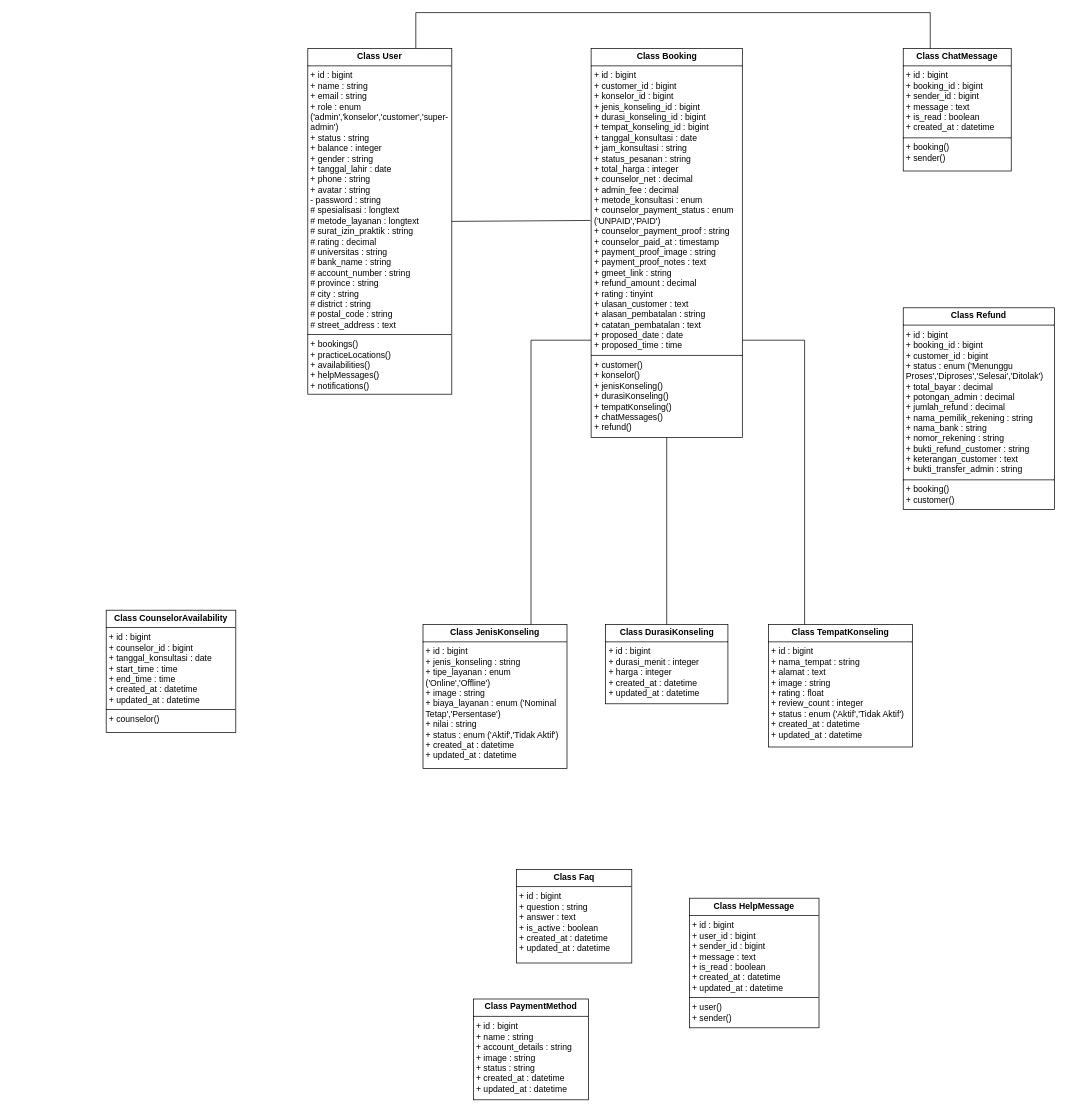
The draw.io diagram Class Diagram.drawio in UlulAzmiALatala/moodly-app, before the edit. Source tidied: cells renumbered, new cells numbered last; positions are measured from the earlier drawing's top-left corner, leaving out a move shared by most shapes. Both pictures are drawn from the tidied source at 72%, with x=0, y=0 at pixel (106, 12).
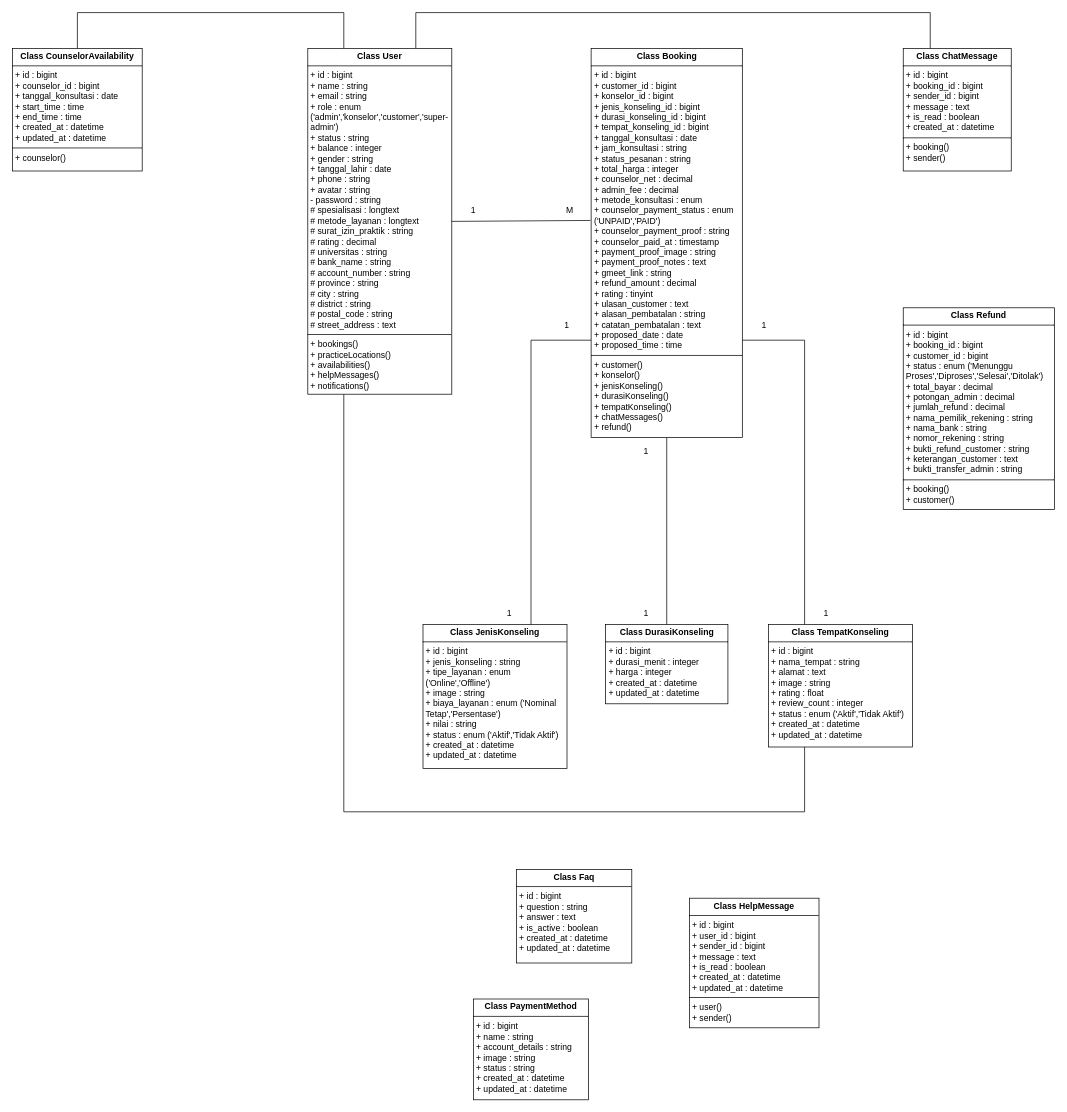
After the change.

The change refers to these unchanged cells:
```xml
<mxCell id="3" value="&lt;p style=&quot;margin:0px;margin-top:4px;text-align:center;&quot;&gt;&lt;b&gt;Class User&lt;/b&gt;&lt;/p&gt;&lt;hr size=&quot;1&quot; style=&quot;border-style:solid;&quot;&gt;&lt;p style=&quot;margin:0px;margin-left:4px;&quot;&gt;+ id : bigint&lt;/p&gt;&lt;p style=&quot;margin:0px;margin-left:4px;&quot;&gt;+ name : string&lt;/p&gt;&lt;p style=&quot;margin:0px;margin-left:4px;&quot;&gt;+ email : string&lt;/p&gt;&lt;p style=&quot;margin:0px;margin-left:4px;&quot;&gt;+ role : enum ('admin','konselor','customer','super-admin')&lt;/p&gt;&lt;p style=&quot;margin:0px;margin-left:4px;&quot;&gt;+ status : string&lt;/p&gt;&lt;p style=&quot;margin:0px;margin-left:4px;&quot;&gt;+ balance : integer&lt;/p&gt;&lt;p style=&quot;margin:0px;margin-left:4px;&quot;&gt;+ gender : string&lt;/p&gt;&lt;p style=&quot;margin:0px;margin-left:4px;&quot;&gt;+ tanggal_lahir : date&lt;/p&gt;&lt;p style=&quot;margin:0px;margin-left:4px;&quot;&gt;+ phone : string&lt;/p&gt;&lt;p style=&quot;margin:0px;margin-left:4px;&quot;&gt;+ avatar : string&lt;/p&gt;&lt;p style=&quot;margin:0px;margin-left:4px;&quot;&gt;- password : string&lt;/p&gt;&lt;p style=&quot;margin:0px;margin-left:4px;&quot;&gt;# spesialisasi : longtext&lt;/p&gt;&lt;p style=&quot;margin:0px;margin-left:4px;&quot;&gt;# metode_layanan : longtext&lt;/p&gt;&lt;p style=&quot;margin:0px;margin-left:4px;&quot;&gt;# surat_izin_praktik : string&lt;/p&gt;&lt;p style=&quot;margin:0px;margin-left:4px;&quot;&gt;# rating : decimal&lt;/p&gt;&lt;p style=&quot;margin:0px;margin-left:4px;&quot;&gt;# universitas : string&lt;/p&gt;&lt;p style=&quot;margin:0px;margin-left:4px;&quot;&gt;# bank_name : string&lt;/p&gt;&lt;p style=&quot;margin:0px;margin-left:4px;&quot;&gt;# account_number : string&lt;/p&gt;&lt;p style=&quot;margin:0px;margin-left:4px;&quot;&gt;# province : string&lt;/p&gt;&lt;p style=&quot;margin:0px;margin-left:4px;&quot;&gt;# city : string&lt;/p&gt;&lt;p style=&quot;margin:0px;margin-left:4px;&quot;&gt;# district : string&lt;/p&gt;&lt;p style=&quot;margin:0px;margin-left:4px;&quot;&gt;# postal_code : string&lt;/p&gt;&lt;p style=&quot;margin:0px;margin-left:4px;&quot;&gt;# street_address : text&lt;/p&gt;&lt;hr size=&quot;1&quot; style=&quot;border-style:solid;&quot;&gt;&lt;p style=&quot;margin:0px;margin-left:4px;&quot;&gt;+ bookings()&lt;/p&gt;&lt;p style=&quot;margin:0px;margin-left:4px;&quot;&gt;+ practiceLocations()&lt;/p&gt;&lt;p style=&quot;margin:0px;margin-left:4px;&quot;&gt;+ availabilities()&lt;/p&gt;&lt;p style=&quot;margin:0px;margin-left:4px;&quot;&gt;+ helpMessages()&lt;/p&gt;&lt;p style=&quot;margin:0px;margin-left:4px;&quot;&gt;+ notifications()&lt;/p&gt;" style="verticalAlign=top;align=left;overflow=fill;html=1;whiteSpace=wrap;" parent="1" vertex="1">
  <mxGeometry x="280" y="50" width="200" height="480" as="geometry" />
</mxCell>
<mxCell id="13" value="&lt;p style=&quot;margin:0px;margin-top:4px;text-align:center;&quot;&gt;&lt;b&gt;Class&amp;nbsp;&lt;/b&gt;&lt;span style=&quot;background-color: transparent; color: light-dark(rgb(0, 0, 0), rgb(255, 255, 255)); text-align: left;&quot;&gt;&lt;b&gt;TempatKonseling&lt;/b&gt;&lt;/span&gt;&lt;/p&gt;&lt;hr size=&quot;1&quot; style=&quot;border-style:solid;&quot;&gt;&lt;p style=&quot;margin:0px;margin-left:4px;&quot;&gt;+ id : bigint&lt;/p&gt;&lt;p style=&quot;margin:0px;margin-left:4px;&quot;&gt;+ nama_tempat : string&lt;/p&gt;&lt;p style=&quot;margin:0px;margin-left:4px;&quot;&gt;+ alamat : text&lt;/p&gt;&lt;p style=&quot;margin:0px;margin-left:4px;&quot;&gt;+ image : string&lt;/p&gt;&lt;p style=&quot;margin:0px;margin-left:4px;&quot;&gt;+ rating : float&lt;/p&gt;&lt;p style=&quot;margin:0px;margin-left:4px;&quot;&gt;+ review_count : integer&lt;/p&gt;&lt;p style=&quot;margin:0px;margin-left:4px;&quot;&gt;+ status : enum ('Aktif','Tidak Aktif')&lt;/p&gt;&lt;p style=&quot;margin:0px;margin-left:4px;&quot;&gt;+ created_at : datetime&lt;/p&gt;&lt;p style=&quot;margin:0px;margin-left:4px;&quot;&gt;+ updated_at : datetime&lt;/p&gt;&lt;p style=&quot;margin:0px;margin-left:4px;&quot;&gt;&lt;br&gt;&lt;/p&gt;" style="verticalAlign=top;align=left;overflow=fill;html=1;whiteSpace=wrap;" parent="1" vertex="1">
  <mxGeometry x="920" y="850" width="200" height="170" as="geometry" />
</mxCell>
```

Diff of the diagram source:
```diff
@@
+    <mxCell id="18" style="edgeStyle=orthogonalEdgeStyle;rounded=0;jettySize=auto;html=1;exitX=0.25;exitY=1;exitDx=0;exitDy=0;entryX=0.25;entryY=1;entryDx=0;entryDy=0;endArrow=none;endFill=0;" parent="1" edge="1" source="3" target="13">
+      <mxGeometry relative="1" as="geometry">
+        <Array as="points">
+          <mxPoint x="330" y="1110" />
+          <mxPoint x="970" y="1110" />
+        </Array>
+      </mxGeometry>
+    </mxCell>
+    <mxCell id="19" style="edgeStyle=orthogonalEdgeStyle;rounded=0;jettySize=auto;html=1;exitX=0.25;exitY=0;exitDx=0;exitDy=0;entryX=0.5;entryY=0;entryDx=0;entryDy=0;endArrow=none;endFill=0;" parent="1" edge="1" source="3" target="8">
+      <mxGeometry relative="1" as="geometry">
+        <Array as="points">
+          <mxPoint x="330" />
+          <mxPoint x="-40" />
+        </Array>
+      </mxGeometry>
+    </mxCell>
@@
     <mxCell id="8" value="&lt;p style=&quot;margin:0px;margin-top:4px;text-align:center;&quot;&gt;&lt;b&gt;Class&amp;nbsp;&lt;/b&gt;&lt;span style=&quot;background-color: transparent; color: light-dark(rgb(0, 0, 0), rgb(255, 255, 255)); text-align: left;&quot;&gt;&lt;b&gt;CounselorAvailability&lt;/b&gt;&lt;/span&gt;&lt;/p&gt;&lt;hr size=&quot;1&quot; style=&quot;border-style:solid;&quot;&gt;&lt;p style=&quot;margin:0px;margin-left:4px;&quot;&gt;+ id : bigint&lt;/p&gt;&lt;p style=&quot;margin:0px;margin-left:4px;&quot;&gt;+ counselor_id : bigint&lt;/p&gt;&lt;p style=&quot;margin:0px;margin-left:4px;&quot;&gt;+ tanggal_konsultasi : date&lt;/p&gt;&lt;p style=&quot;margin:0px;margin-left:4px;&quot;&gt;+ start_time : time&lt;/p&gt;&lt;p style=&quot;margin:0px;margin-left:4px;&quot;&gt;+ end_time : time&lt;/p&gt;&lt;p style=&quot;margin:0px;margin-left:4px;&quot;&gt;+ created_at : datetime&lt;/p&gt;&lt;p style=&quot;margin:0px;margin-left:4px;&quot;&gt;+ updated_at : datetime&lt;/p&gt;&lt;hr size=&quot;1&quot; style=&quot;border-style:solid;&quot;&gt;&lt;p style=&quot;margin:0px;margin-left:4px;&quot;&gt;+ counselor()&lt;/p&gt;" style="verticalAlign=top;align=left;overflow=fill;html=1;whiteSpace=wrap;" parent="1" vertex="1">
-      <mxGeometry y="830" width="180" height="170" as="geometry" />
+      <mxGeometry x="-130" y="50" width="180" height="170" as="geometry" />
     </mxCell>
@@
+    <mxCell id="20" value="1" style="text;html=1;whiteSpace=wrap;strokeColor=none;fillColor=none;align=center;verticalAlign=middle;rounded=0;" parent="1" vertex="1">
+      <mxGeometry x="610" y="420" width="60" height="30" as="geometry" />
+    </mxCell>
+    <mxCell id="21" value="1" style="text;html=1;whiteSpace=wrap;strokeColor=none;fillColor=none;align=center;verticalAlign=middle;rounded=0;" parent="1" vertex="1">
+      <mxGeometry x="530" y="820" width="60" height="30" as="geometry" />
+    </mxCell>
+    <mxCell id="22" value="1" style="text;html=1;whiteSpace=wrap;strokeColor=none;fillColor=none;align=center;verticalAlign=middle;rounded=0;" parent="1" vertex="1">
+      <mxGeometry x="720" y="595" width="60" height="30" as="geometry" />
+    </mxCell>
+    <mxCell id="23" value="1" style="text;html=1;whiteSpace=wrap;strokeColor=none;fillColor=none;align=center;verticalAlign=middle;rounded=0;" parent="1" vertex="1">
+      <mxGeometry x="720" y="820" width="60" height="30" as="geometry" />
+    </mxCell>
+    <mxCell id="24" value="1" style="text;html=1;whiteSpace=wrap;strokeColor=none;fillColor=none;align=center;verticalAlign=middle;rounded=0;" parent="1" vertex="1">
+      <mxGeometry x="883.5" y="420" width="60" height="30" as="geometry" />
+    </mxCell>
+    <mxCell id="25" value="1" style="text;html=1;whiteSpace=wrap;strokeColor=none;fillColor=none;align=center;verticalAlign=middle;rounded=0;" parent="1" vertex="1">
+      <mxGeometry x="970" y="820" width="60" height="30" as="geometry" />
+    </mxCell>
+    <mxCell id="26" value="1" style="text;html=1;whiteSpace=wrap;strokeColor=none;fillColor=none;align=center;verticalAlign=middle;rounded=0;" parent="1" vertex="1">
+      <mxGeometry x="480" y="260" width="60" height="30" as="geometry" />
+    </mxCell>
+    <mxCell id="27" value="M" style="text;html=1;whiteSpace=wrap;strokeColor=none;fillColor=none;align=center;verticalAlign=middle;rounded=0;" parent="1" vertex="1">
+      <mxGeometry x="613.5" y="260" width="60" height="30" as="geometry" />
+    </mxCell>
```
